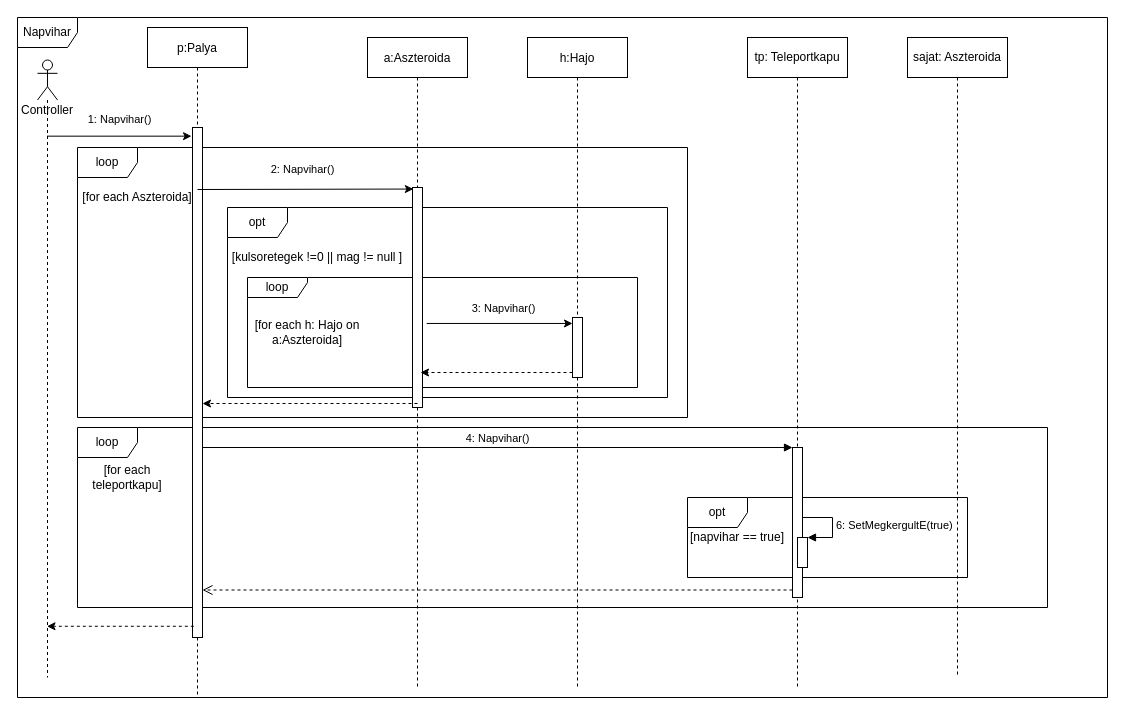
This is doc/szekvencia/szek_Napvihar.drawio from torpeBoiGo/aszteroidabanyaszat, a draw.io file, before an edit. Source tidied: cells renumbered, new cells numbered last; positions are measured from the earlier drawing's top-left corner, leaving out a move shared by most shapes. Both pictures are drawn from the tidied source at 100%, with x=0, y=0 at pixel (17, 17).
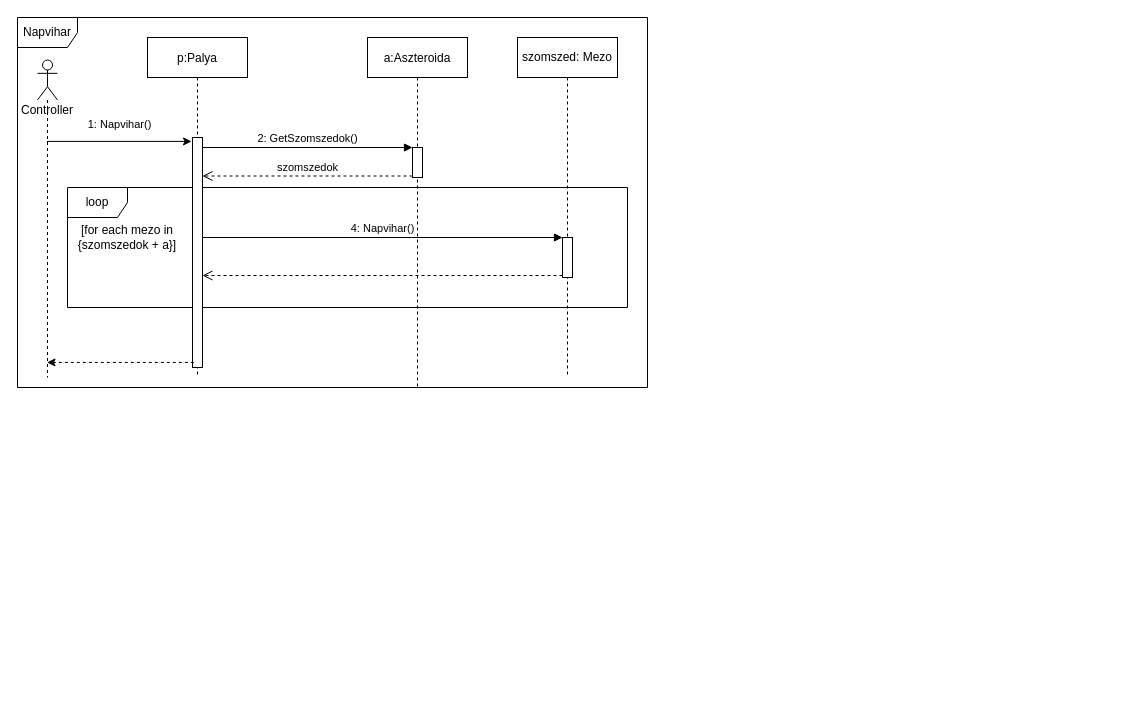
The same diagram, later.

Change to the diagram source:
```diff
@@
     <mxCell id="2" value="Napvihar" style="shape=umlFrame;whiteSpace=wrap;html=1;" parent="1" vertex="1">
-      <mxGeometry width="1090" height="680" as="geometry" />
+      <mxGeometry width="630" height="370" as="geometry" />
     </mxCell>
-    <mxCell id="3" value="loop" style="shape=umlFrame;whiteSpace=wrap;html=1;" parent="1" vertex="1">
-      <mxGeometry x="60" y="410" width="970" height="180" as="geometry" />
-    </mxCell>
-    <mxCell id="4" value="opt" style="shape=umlFrame;whiteSpace=wrap;html=1;" parent="1" vertex="1">
-      <mxGeometry x="670" y="480" width="280" height="80" as="geometry" />
-    </mxCell>
-    <mxCell id="5" value="loop" style="shape=umlFrame;whiteSpace=wrap;html=1;" parent="1" vertex="1">
-      <mxGeometry x="60" y="130" width="610" height="270" as="geometry" />
-    </mxCell>
-    <mxCell id="6" value="opt" style="shape=umlFrame;whiteSpace=wrap;html=1;" parent="1" vertex="1">
-      <mxGeometry x="210" y="190" width="440" height="190" as="geometry" />
-    </mxCell>
-    <mxCell id="7" value="loop" style="shape=umlFrame;whiteSpace=wrap;html=1;width=60;height=20;" parent="1" vertex="1">
-      <mxGeometry x="230" y="260" width="390" height="110" as="geometry" />
-    </mxCell>
+    <mxCell id="33" value="loop" style="shape=umlFrame;whiteSpace=wrap;html=1;" parent="1" vertex="1">
+      <mxGeometry x="50" y="170" width="560" height="120" as="geometry" />
+    </mxCell>
     <mxCell id="8" value="p:Palya" style="shape=umlLifeline;perimeter=lifelinePerimeter;rounded=0;shadow=0;strokeWidth=1;" parent="1" vertex="1">
-      <mxGeometry x="130" y="10" width="100" height="670" as="geometry" />
+      <mxGeometry x="130" y="20" width="100" height="340" as="geometry" />
     </mxCell>
     <mxCell id="9" style="points=[];perimeter=orthogonalPerimeter;rounded=0;shadow=0;strokeWidth=1;" parent="8" vertex="1">
-      <mxGeometry x="45" y="100" width="10" height="510" as="geometry" />
+      <mxGeometry x="45" y="100" width="10" height="230" as="geometry" />
     </mxCell>
@@
-    <mxCell id="11" value="[for each Aszteroida]" style="text;html=1;strokeColor=none;fillColor=none;align=center;verticalAlign=middle;whiteSpace=wrap;rounded=0;" parent="1" vertex="1">
-      <mxGeometry x="60" y="170" width="120" height="20" as="geometry" />
-    </mxCell>
-    <mxCell id="12" value="2: Napvihar()" style="endArrow=classic;html=1;entryX=0.086;entryY=0.007;entryDx=0;entryDy=0;entryPerimeter=0;" parent="1" edge="1" target="15">
-      <mxGeometry x="-0.03" y="20" relative="1" as="geometry">
-        <mxPoint x="180" y="172" as="sourcePoint" />
-      </mxGeometry>
-    </mxCell>
-    <mxCell id="13" value="[kulsoretegek !=0 || mag != null ]" style="text;html=1;strokeColor=none;fillColor=none;align=center;verticalAlign=middle;whiteSpace=wrap;rounded=0;" parent="1" vertex="1">
-      <mxGeometry x="200" y="230" width="200" height="20" as="geometry" />
-    </mxCell>
     <mxCell id="14" value="a:Aszteroida" style="shape=umlLifeline;perimeter=lifelinePerimeter;rounded=0;shadow=0;strokeWidth=1;" parent="1" vertex="1">
-      <mxGeometry x="350" y="20" width="100" height="650" as="geometry" />
+      <mxGeometry x="350" y="20" width="100" height="350" as="geometry" />
     </mxCell>
-    <mxCell id="15" style="points=[];perimeter=orthogonalPerimeter;rounded=0;shadow=0;strokeWidth=1;" parent="14" vertex="1">
-      <mxGeometry x="45" y="150" width="10" height="220" as="geometry" />
-    </mxCell>
-    <mxCell id="16" value="h:Hajo" style="shape=umlLifeline;perimeter=lifelinePerimeter;rounded=0;shadow=0;strokeWidth=1;" parent="1" vertex="1">
-      <mxGeometry x="510" y="20" width="100" height="650" as="geometry" />
-    </mxCell>
-    <mxCell id="17" style="points=[];perimeter=orthogonalPerimeter;rounded=0;shadow=0;strokeWidth=1;" parent="16" vertex="1">
-      <mxGeometry x="45" y="280" width="10" height="60" as="geometry" />
-    </mxCell>
-    <mxCell id="18" value="[for each h: Hajo on a:Aszteroida]" style="text;html=1;strokeColor=none;fillColor=none;align=center;verticalAlign=middle;whiteSpace=wrap;rounded=0;" parent="1" vertex="1">
-      <mxGeometry x="230" y="300" width="120" height="30" as="geometry" />
-    </mxCell>
-    <mxCell id="19" value="&lt;span style=&quot;color: rgb(0 , 0 , 0) ; font-family: &amp;#34;helvetica&amp;#34; ; font-size: 11px ; font-style: normal ; font-weight: 400 ; letter-spacing: normal ; text-align: center ; text-indent: 0px ; text-transform: none ; word-spacing: 0px ; background-color: rgb(255 , 255 , 255) ; display: inline ; float: none&quot;&gt;3: Napvihar()&lt;/span&gt;" style="endArrow=classic;html=1;exitX=1.419;exitY=0.618;exitDx=0;exitDy=0;exitPerimeter=0;" parent="1" edge="1" source="15" target="17">
-      <mxGeometry x="0.06" y="15" relative="1" as="geometry" />
-    </mxCell>
-    <mxCell id="20" style="endArrow=classic;html=1;dashed=1;" parent="1" edge="1" source="17">
-      <mxGeometry relative="1" as="geometry">
-        <mxPoint x="403" y="355" as="targetPoint" />
-      </mxGeometry>
-    </mxCell>
-    <mxCell id="21" style="endArrow=classic;html=1;dashed=1;" parent="1" edge="1" target="9">
-      <mxGeometry relative="1" as="geometry">
-        <mxPoint x="400" y="386" as="sourcePoint" />
-      </mxGeometry>
-    </mxCell>
+    <mxCell id="34" style="html=1;points=[];perimeter=orthogonalPerimeter;" parent="14" vertex="1">
+      <mxGeometry x="45" y="110" width="10" height="30" as="geometry" />
+    </mxCell>
@@
     <mxCell id="23" value="Controller" style="shape=umlLifeline;participant=umlActor;perimeter=lifelinePerimeter;whiteSpace=wrap;html=1;verticalAlign=top;spacingTop=36;outlineConnect=0;" parent="1" vertex="1">
-      <mxGeometry x="20" y="42.5" width="20" height="617.5" as="geometry" />
+      <mxGeometry x="20" y="42.5" width="20" height="317.5" as="geometry" />
     </mxCell>
-    <mxCell id="24" value="tp: Teleportkapu" style="shape=umlLifeline;perimeter=lifelinePerimeter;whiteSpace=wrap;html=1;" parent="1" vertex="1">
-      <mxGeometry x="730" y="20" width="100" height="650" as="geometry" />
-    </mxCell>
-    <mxCell id="25" style="html=1;points=[];perimeter=orthogonalPerimeter;" parent="24" vertex="1">
-      <mxGeometry x="45" y="410" width="10" height="150" as="geometry" />
-    </mxCell>
-    <mxCell id="26" value="[for each teleportkapu]" style="text;html=1;strokeColor=none;fillColor=none;align=center;verticalAlign=middle;whiteSpace=wrap;rounded=0;" parent="1" vertex="1">
-      <mxGeometry x="50" y="450" width="120" height="20" as="geometry" />
-    </mxCell>
+    <mxCell id="29" value="szomszed: Mezo" style="shape=umlLifeline;perimeter=lifelinePerimeter;whiteSpace=wrap;html=1;" parent="1" vertex="1">
+      <mxGeometry x="500" y="20" width="100" height="340" as="geometry" />
+    </mxCell>
+    <mxCell id="35" style="html=1;points=[];perimeter=orthogonalPerimeter;" parent="29" vertex="1">
+      <mxGeometry x="45" y="200" width="10" height="40" as="geometry" />
+    </mxCell>
-    <mxCell id="27" value="4: Napvihar()" style="html=1;verticalAlign=bottom;endArrow=block;entryX=0;entryY=0;" parent="1" edge="1" source="9" target="25">
+    <mxCell id="27" value="4: Napvihar()" style="html=1;verticalAlign=bottom;endArrow=block;entryX=0;entryY=0;" parent="1" edge="1" source="9" target="35">
       <mxGeometry relative="1" as="geometry" />
     </mxCell>
-    <mxCell id="28" style="html=1;verticalAlign=bottom;endArrow=open;dashed=1;endSize=8;exitX=0;exitY=0.95;" parent="1" edge="1" source="25" target="9">
-      <mxGeometry relative="1" as="geometry" />
-    </mxCell>
-    <mxCell id="29" value="sajat: Aszteroida" style="shape=umlLifeline;perimeter=lifelinePerimeter;whiteSpace=wrap;html=1;" parent="1" vertex="1">
-      <mxGeometry x="890" y="20" width="100" height="640" as="geometry" />
-    </mxCell>
-    <mxCell id="30" value="[napvihar == true]" style="text;html=1;strokeColor=none;fillColor=none;align=center;verticalAlign=middle;whiteSpace=wrap;rounded=0;" parent="1" vertex="1">
-      <mxGeometry x="670" y="510" width="100" height="20" as="geometry" />
-    </mxCell>
-    <mxCell id="31" style="html=1;points=[];perimeter=orthogonalPerimeter;" parent="1" vertex="1">
-      <mxGeometry x="780" y="520" width="10" height="30" as="geometry" />
-    </mxCell>
-    <mxCell id="32" value="6: SetMegkergultE(true)" style="edgeStyle=orthogonalEdgeStyle;html=1;align=left;spacingLeft=2;endArrow=block;rounded=0;entryX=1;entryY=0;" parent="1" edge="1" target="31">
-      <mxGeometry relative="1" as="geometry">
-        <mxPoint x="785" y="500" as="sourcePoint" />
-        <Array as="points">
-          <mxPoint x="815" y="500" />
-        </Array>
-      </mxGeometry>
-    </mxCell>
+    <mxCell id="36" style="html=1;verticalAlign=bottom;endArrow=open;dashed=1;endSize=8;exitX=0;exitY=0.95;" parent="1" edge="1" source="35" target="9">
+      <mxGeometry relative="1" as="geometry" />
+    </mxCell>
+    <mxCell id="37" value="2: GetSzomszedok()" style="html=1;verticalAlign=bottom;endArrow=block;entryX=0;entryY=0;" parent="1" edge="1" source="9" target="34">
+      <mxGeometry relative="1" as="geometry" />
+    </mxCell>
+    <mxCell id="38" value="szomszedok" style="html=1;verticalAlign=bottom;endArrow=open;dashed=1;endSize=8;exitX=0;exitY=0.95;" parent="1" edge="1" source="34" target="9">
+      <mxGeometry relative="1" as="geometry" />
+    </mxCell>
+    <mxCell id="39" value="[for each mezo in {szomszedok + a}]" style="text;html=1;strokeColor=none;fillColor=none;align=center;verticalAlign=middle;whiteSpace=wrap;rounded=0;" parent="1" vertex="1">
+      <mxGeometry x="50" y="210" width="120" height="20" as="geometry" />
+    </mxCell>
```
